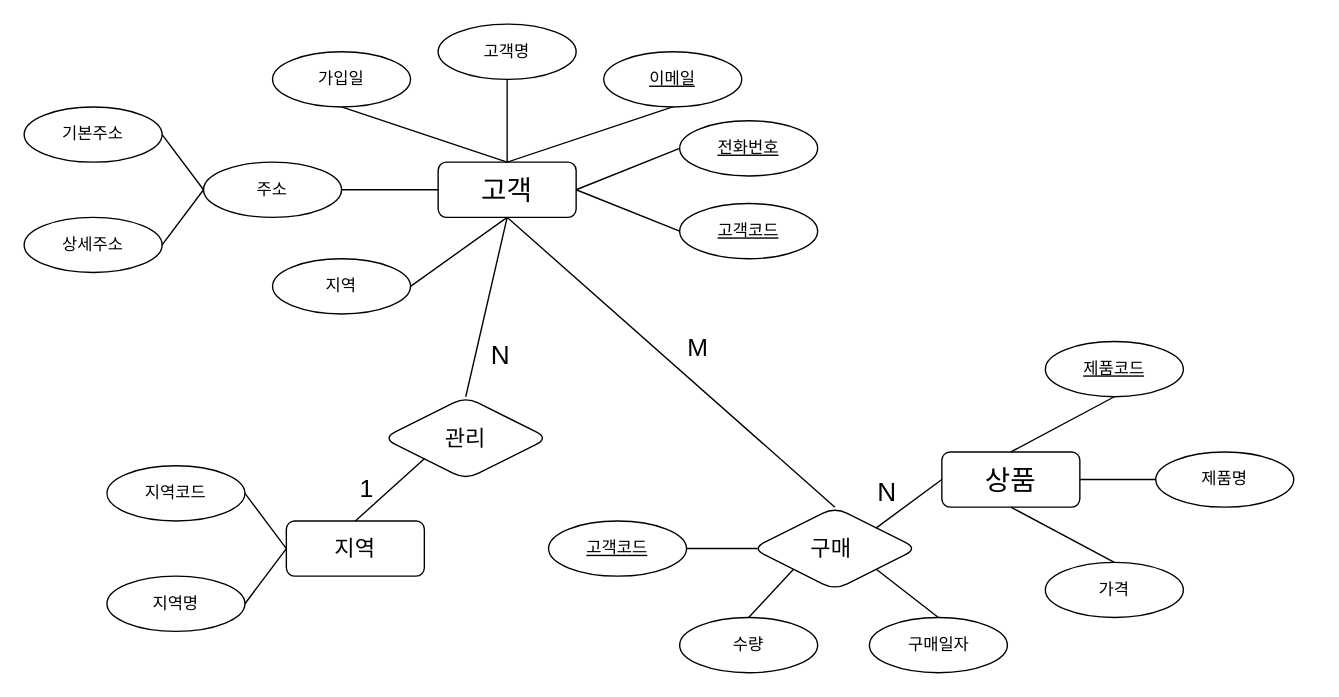
Chordingg/Chordingg keeps this draw.io diagram as page "페이지-1" (1 of 2) of 온라인 전자상거래 플랫폼 개발 요구사항 분석.drawio. Above is the earlier version. Source tidied: cells renumbered, new cells numbered last; positions are measured from the earlier drawing's top-left corner, leaving out a move shared by most shapes. Both pictures are drawn from the tidied source at 138%, with x=0, y=0 at pixel (23, 23).
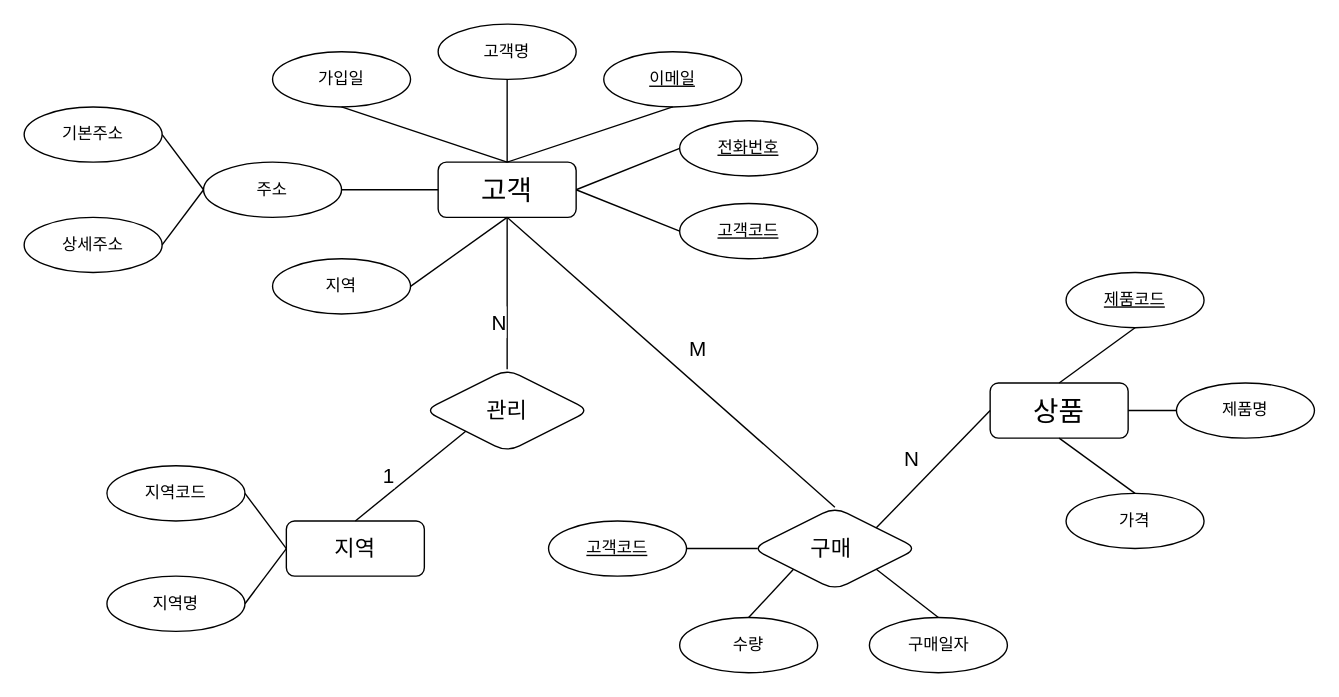
The same page after the edit.

The change refers to these unchanged cells:
```xml
<mxCell id="38" style="endArrow=none;html=1;rounded=1;entryX=0;entryY=0.5;entryDx=0;entryDy=0;exitX=1;exitY=0;exitDx=0;exitDy=0;" parent="1" edge="1" source="33" target="24">
  <mxGeometry relative="1" as="geometry" />
</mxCell>
<mxCell id="40" style="endArrow=none;html=1;rounded=1;entryX=0.5;entryY=1;entryDx=0;entryDy=0;exitX=0.5;exitY=0;exitDx=0;exitDy=0;" parent="1" edge="1" source="33" target="2">
  <mxGeometry relative="1" as="geometry" />
</mxCell>
<mxCell id="45" style="endArrow=none;html=1;rounded=1;exitX=0;exitY=1;exitDx=0;exitDy=0;entryX=0.5;entryY=0;entryDx=0;entryDy=0;" parent="1" edge="1" source="44" target="21">
  <mxGeometry relative="1" as="geometry" />
</mxCell>
```

The edit, as a diff of the source:
```diff
@@
     <mxCell id="24" value="상품" style="whiteSpace=wrap;html=1;align=center;fontSize=20;rounded=1;" parent="1" vertex="1">
-      <mxGeometry x="665" y="310" width="100" height="40" as="geometry" />
+      <mxGeometry x="700" y="260" width="100" height="40" as="geometry" />
     </mxCell>
@@
     <mxCell id="27" value="제품코드" style="ellipse;whiteSpace=wrap;html=1;align=center;fontStyle=4;rounded=1;" parent="1" vertex="1">
-      <mxGeometry x="740" y="230" width="100" height="40" as="geometry" />
+      <mxGeometry x="755" y="180" width="100" height="40" as="geometry" />
     </mxCell>
     <mxCell id="28" value="가격" style="ellipse;whiteSpace=wrap;html=1;align=center;rounded=1;" parent="1" vertex="1">
-      <mxGeometry x="740" y="390" width="100" height="40" as="geometry" />
+      <mxGeometry x="755" y="340" width="100" height="40" as="geometry" />
     </mxCell>
     <mxCell id="29" value="제품명" style="ellipse;whiteSpace=wrap;html=1;align=center;rounded=1;" parent="1" vertex="1">
-      <mxGeometry x="820" y="310" width="100" height="40" as="geometry" />
+      <mxGeometry x="835" y="260" width="100" height="40" as="geometry" />
     </mxCell>
@@
-    <mxCell id="39" value="N" style="edgeLabel;html=1;align=center;verticalAlign=middle;fontSize=19;rounded=1;" parent="38" vertex="1">
+    <mxCell id="39" value="&lt;font style=&quot;font-size: 15px;&quot;&gt;N&lt;/font&gt;" style="edgeLabel;html=1;align=center;verticalAlign=middle;fontSize=19;rounded=1;" parent="38" vertex="1">
       <mxGeometry x="0.01" y="-3" relative="1" as="geometry">
         <mxPoint x="-19" y="-10" as="offset" />
       </mxGeometry>
     </mxCell>
@@
-    <mxCell id="41" value="M" style="edgeLabel;html=1;align=center;verticalAlign=middle;fontSize=18;rounded=1;" parent="40" vertex="1">
+    <mxCell id="41" value="&lt;font style=&quot;font-size: 15px;&quot;&gt;M&lt;/font&gt;" style="edgeLabel;html=1;align=center;verticalAlign=middle;fontSize=18;rounded=1;" parent="40" vertex="1">
       <mxGeometry x="-0.15" y="-1" relative="1" as="geometry">
         <mxPoint y="-25" as="offset" />
       </mxGeometry>
     </mxCell>
@@
     <mxCell id="44" value="관리" style="shape=rhombus;perimeter=rhombusPerimeter;whiteSpace=wrap;html=1;align=center;fontSize=16;rounded=1;" parent="1" vertex="1">
-      <mxGeometry x="260" y="270" width="120" height="60" as="geometry" />
+      <mxGeometry x="290" y="250" width="120" height="60" as="geometry" />
     </mxCell>
@@
-    <mxCell id="46" value="1" style="edgeLabel;html=1;align=center;verticalAlign=middle;fontSize=18;rounded=1;" parent="45" vertex="1">
+    <mxCell id="46" value="1" style="edgeLabel;html=1;align=center;verticalAlign=middle;fontSize=15;rounded=1;" parent="45" vertex="1">
       <mxGeometry x="-0.07" y="1" relative="1" as="geometry">
         <mxPoint x="-20" as="offset" />
       </mxGeometry>
     </mxCell>
@@
-    <mxCell id="48" value="N" style="edgeLabel;html=1;align=center;verticalAlign=middle;fontSize=19;rounded=1;" parent="1" vertex="1">
-      <mxGeometry x="600" y="300" as="geometry">
-        <mxPoint x="-256" y="-60" as="offset" />
+    <mxCell id="48" value="&lt;font style=&quot;font-size: 15px;&quot;&gt;N&lt;/font&gt;" style="edgeLabel;html=1;align=center;verticalAlign=middle;fontSize=19;rounded=1;" parent="1" vertex="1">
+      <mxGeometry x="350" y="220" as="geometry">
+        <mxPoint x="-7" y="-5" as="offset" />
       </mxGeometry>
     </mxCell>
```
